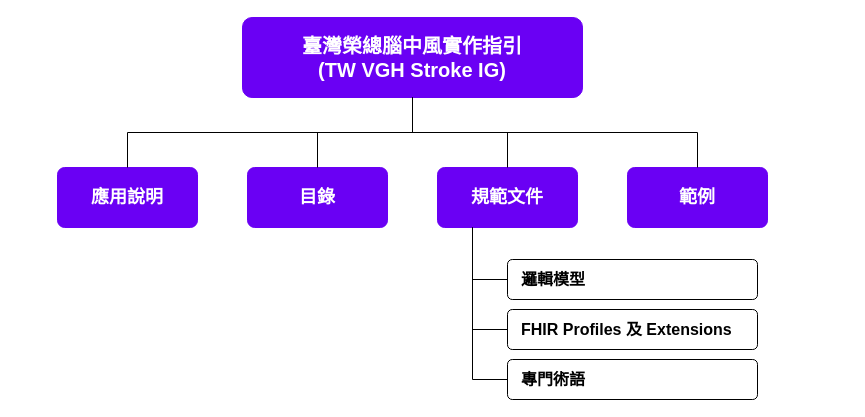
Earlier version of the draw.io diagram input/images-source/index_structure.drawio (SitatechCo/TWVGHStroke_IG_Build). Source tidied: cells renumbered, new cells numbered last; positions are measured from the earlier drawing's top-left corner, leaving out a move shared by most shapes. Both pictures are drawn from the tidied source at 100%, with x=0, y=0 at pixel (57, 17).
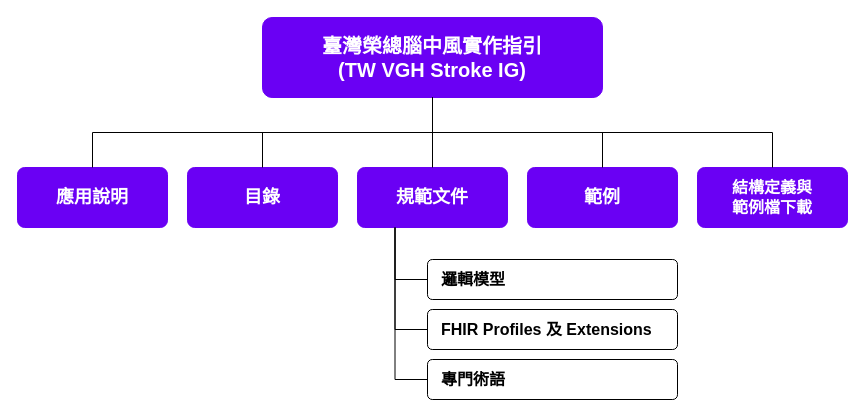
Above is the later version.

Change to the diagram source:
```diff
@@
     <mxCell id="2" value="臺灣榮總腦中風實作指引&lt;br&gt;(TW VGH Stroke IG)" style="rounded=1;whiteSpace=wrap;html=1;fillColor=#6A00F4;strokeColor=#6A00F4;fontColor=#FFFFFF;fontStyle=1;fontSize=20;arcSize=12;" parent="1" vertex="1">
-      <mxGeometry x="185" width="340" height="80" as="geometry" />
+      <mxGeometry x="205" width="340" height="80" as="geometry" />
     </mxCell>
     <mxCell id="3" value="應用說明" style="rounded=1;whiteSpace=wrap;html=1;fillColor=#6A00F4;strokeColor=#6A00F4;fontColor=#FFFFFF;fontStyle=1;fontSize=18;arcSize=12;" parent="1" vertex="1">
-      <mxGeometry y="150" width="140" height="60" as="geometry" />
+      <mxGeometry x="-40" y="150" width="150" height="60" as="geometry" />
     </mxCell>
     <mxCell id="4" value="目錄" style="rounded=1;whiteSpace=wrap;html=1;fillColor=#6A00F4;strokeColor=#6A00F4;fontColor=#FFFFFF;fontStyle=1;fontSize=18;arcSize=12;" parent="1" vertex="1">
-      <mxGeometry x="190" y="150" width="140" height="60" as="geometry" />
+      <mxGeometry x="130" y="150" width="150" height="60" as="geometry" />
     </mxCell>
     <mxCell id="5" value="規範文件" style="rounded=1;whiteSpace=wrap;html=1;fillColor=#6A00F4;strokeColor=#6A00F4;fontColor=#FFFFFF;fontStyle=1;fontSize=18;arcSize=12;" parent="1" vertex="1">
-      <mxGeometry x="380" y="150" width="140" height="60" as="geometry" />
+      <mxGeometry x="300" y="150" width="150" height="60" as="geometry" />
     </mxCell>
     <mxCell id="6" value="範例" style="rounded=1;whiteSpace=wrap;html=1;fillColor=#6A00F4;strokeColor=#6A00F4;fontColor=#FFFFFF;fontStyle=1;fontSize=18;arcSize=12;" parent="1" vertex="1">
-      <mxGeometry x="570" y="150" width="140" height="60" as="geometry" />
+      <mxGeometry x="470" y="150" width="150" height="60" as="geometry" />
     </mxCell>
+    <mxCell id="17" value="結構定義與&lt;br&gt;範例檔下載" style="rounded=1;whiteSpace=wrap;html=1;fillColor=#6A00F4;strokeColor=#6A00F4;fontColor=#FFFFFF;fontStyle=1;fontSize=16;arcSize=12;" parent="1" vertex="1">
+      <mxGeometry x="640" y="150" width="150" height="60" as="geometry" />
+    </mxCell>
     <mxCell id="7" value="邏輯模型" style="rounded=1;whiteSpace=wrap;html=1;fillColor=#FFFFFF;strokeColor=#000000;fontColor=#000000;fontStyle=1;fontSize=16;align=left;spacingLeft=12;arcSize=12;" parent="1" vertex="1">
-      <mxGeometry x="450" y="242" width="250" height="40" as="geometry" />
+      <mxGeometry x="370" y="242" width="250" height="40" as="geometry" />
     </mxCell>
     <mxCell id="8" value="FHIR Profiles 及 Extensions" style="rounded=1;whiteSpace=wrap;html=1;fillColor=#FFFFFF;strokeColor=#000000;fontColor=#000000;fontStyle=1;fontSize=16;align=left;spacingLeft=12;arcSize=12;" parent="1" vertex="1">
-      <mxGeometry x="450" y="292" width="250" height="40" as="geometry" />
+      <mxGeometry x="370" y="292" width="250" height="40" as="geometry" />
     </mxCell>
     <mxCell id="9" value="專門術語" style="rounded=1;whiteSpace=wrap;html=1;fillColor=#FFFFFF;strokeColor=#000000;fontColor=#000000;fontStyle=1;fontSize=16;align=left;spacingLeft=12;arcSize=12;" parent="1" vertex="1">
-      <mxGeometry x="450" y="342" width="250" height="40" as="geometry" />
+      <mxGeometry x="370" y="342" width="250" height="40" as="geometry" />
     </mxCell>
     <mxCell id="10" style="edgeStyle=orthogonalEdgeStyle;rounded=0;html=1;exitX=0.5;exitY=1;entryX=0.5;entryY=0;endArrow=none;strokeColor=#000000;" parent="1" edge="1" source="2" target="3">
       <mxGeometry relative="1" as="geometry">
         <Array as="points">
-          <mxPoint x="355" y="115" />
-          <mxPoint x="70" y="115" />
+          <mxPoint x="375" y="115" />
+          <mxPoint x="35" y="115" />
         </Array>
       </mxGeometry>
     </mxCell>
     <mxCell id="11" style="edgeStyle=orthogonalEdgeStyle;rounded=0;html=1;exitX=0.5;exitY=1;entryX=0.5;entryY=0;endArrow=none;strokeColor=#000000;" parent="1" edge="1" source="2" target="4">
       <mxGeometry relative="1" as="geometry">
         <Array as="points">
-          <mxPoint x="355" y="115" />
-          <mxPoint x="260" y="115" />
+          <mxPoint x="375" y="115" />
+          <mxPoint x="205" y="115" />
         </Array>
       </mxGeometry>
     </mxCell>
     <mxCell id="12" style="edgeStyle=orthogonalEdgeStyle;rounded=0;html=1;exitX=0.5;exitY=1;entryX=0.5;entryY=0;endArrow=none;strokeColor=#000000;" parent="1" edge="1" source="2" target="5">
       <mxGeometry relative="1" as="geometry">
         <Array as="points">
-          <mxPoint x="355" y="115" />
-          <mxPoint x="450" y="115" />
+          <mxPoint x="375" y="115" />
+          <mxPoint x="375" y="115" />
         </Array>
       </mxGeometry>
     </mxCell>
     <mxCell id="13" style="edgeStyle=orthogonalEdgeStyle;rounded=0;html=1;exitX=0.5;exitY=1;entryX=0.5;entryY=0;endArrow=none;strokeColor=#000000;" parent="1" edge="1" source="2" target="6">
       <mxGeometry relative="1" as="geometry">
         <Array as="points">
-          <mxPoint x="355" y="115" />
-          <mxPoint x="640" y="115" />
+          <mxPoint x="375" y="115" />
+          <mxPoint x="545" y="115" />
         </Array>
       </mxGeometry>
     </mxCell>
+    <mxCell id="18" style="edgeStyle=orthogonalEdgeStyle;rounded=0;html=1;exitX=0.5;exitY=1;entryX=0.5;entryY=0;endArrow=none;strokeColor=#000000;" parent="1" edge="1" source="2" target="17">
+      <mxGeometry relative="1" as="geometry">
+        <Array as="points">
+          <mxPoint x="375" y="115" />
+          <mxPoint x="715" y="115" />
+        </Array>
+      </mxGeometry>
+    </mxCell>
     <mxCell id="14" style="edgeStyle=orthogonalEdgeStyle;rounded=0;html=1;exitX=0.25;exitY=1;entryX=0;entryY=0.5;endArrow=none;strokeColor=#000000;" parent="1" edge="1" source="5" target="7">
       <mxGeometry relative="1" as="geometry">
         <Array as="points">
-          <mxPoint x="415" y="262" />
+          <mxPoint x="337.5" y="262" />
         </Array>
       </mxGeometry>
     </mxCell>
     <mxCell id="15" style="edgeStyle=orthogonalEdgeStyle;rounded=0;html=1;exitX=0.25;exitY=1;entryX=0;entryY=0.5;endArrow=none;strokeColor=#000000;" parent="1" edge="1" source="5" target="8">
       <mxGeometry relative="1" as="geometry">
         <Array as="points">
-          <mxPoint x="415" y="312" />
+          <mxPoint x="337.5" y="312" />
         </Array>
       </mxGeometry>
     </mxCell>
     <mxCell id="16" style="edgeStyle=orthogonalEdgeStyle;rounded=0;html=1;exitX=0.25;exitY=1;entryX=0;entryY=0.5;endArrow=none;strokeColor=#000000;" parent="1" edge="1" source="5" target="9">
       <mxGeometry relative="1" as="geometry">
         <Array as="points">
-          <mxPoint x="415" y="362" />
+          <mxPoint x="337.5" y="362" />
         </Array>
       </mxGeometry>
     </mxCell>
```
